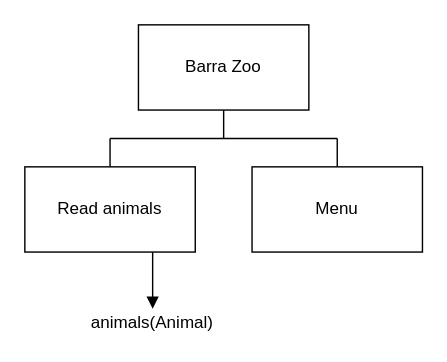
MrFriendCS/MrFriendCS.github.io keeps this draw.io diagram as page "sd" (7 of 14) of ah-cs/sdd/AH-SDD-Animals/assets/diagrams/AH-SDD-Animals.drawio. Above is the earlier version. Source tidied: cells renumbered, new cells numbered last; positions are measured from the earlier drawing's top-left corner, leaving out a move shared by most shapes. Both pictures are drawn from the tidied source at 142%, with x=0, y=0 at pixel (24, 24).
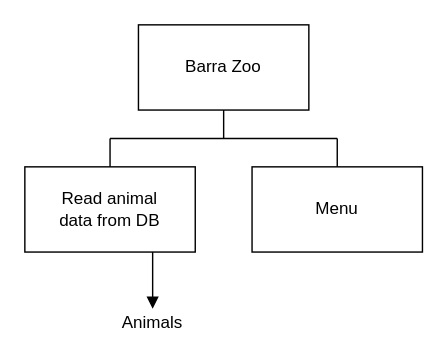
After the change.

Diff of the diagram source:
```diff
@@
 <mxGraphModel>
   <root>
     <mxCell id="0" />
     <mxCell id="1" parent="0" />
     <mxCell id="2" style="edgeStyle=orthogonalEdgeStyle;rounded=0;jettySize=auto;html=1;exitX=0.5;exitY=1;exitDx=0;exitDy=0;endArrow=none;endFill=0;" parent="1" edge="1" source="3">
       <mxGeometry relative="1" as="geometry">
         <mxPoint x="140" y="80" as="targetPoint" />
       </mxGeometry>
     </mxCell>
     <mxCell id="3" value="Barra Zoo" style="rounded=0;whiteSpace=wrap;html=1;fillColor=none;" parent="1" vertex="1">
       <mxGeometry x="80" width="120" height="60" as="geometry" />
     </mxCell>
     <mxCell id="4" style="edgeStyle=orthogonalEdgeStyle;shape=connector;rounded=0;jettySize=auto;html=1;exitX=0.5;exitY=0;exitDx=0;exitDy=0;strokeColor=default;align=center;verticalAlign=middle;fontFamily=Helvetica;fontSize=11;fontColor=default;labelBackgroundColor=default;endArrow=none;endFill=0;" parent="1" edge="1" source="6">
       <mxGeometry relative="1" as="geometry">
         <mxPoint x="60" y="80" as="targetPoint" />
       </mxGeometry>
     </mxCell>
     <mxCell id="5" style="edgeStyle=orthogonalEdgeStyle;rounded=0;jettySize=auto;html=1;exitX=0.75;exitY=1;exitDx=0;exitDy=0;startArrow=none;startFill=0;endArrow=block;endFill=1;" parent="1" edge="1" source="6">
       <mxGeometry relative="1" as="geometry">
         <mxPoint x="90" y="200" as="targetPoint" />
       </mxGeometry>
     </mxCell>
-    <mxCell id="6" value="Read animals" style="rounded=0;whiteSpace=wrap;html=1;fillColor=none;" parent="1" vertex="1">
+    <mxCell id="6" value="Read animal&lt;div&gt;data from DB&lt;/div&gt;" style="rounded=0;whiteSpace=wrap;html=1;fillColor=none;" parent="1" vertex="1">
       <mxGeometry y="100" width="120" height="60" as="geometry" />
     </mxCell>
     <mxCell id="7" style="edgeStyle=orthogonalEdgeStyle;shape=connector;rounded=0;jettySize=auto;html=1;exitX=0.5;exitY=0;exitDx=0;exitDy=0;strokeColor=default;align=center;verticalAlign=middle;fontFamily=Helvetica;fontSize=11;fontColor=default;labelBackgroundColor=default;endArrow=none;endFill=0;" parent="1" edge="1" source="8">
       <mxGeometry relative="1" as="geometry">
         <mxPoint x="220" y="80" as="targetPoint" />
       </mxGeometry>
     </mxCell>
     <mxCell id="8" value="Menu" style="rounded=0;whiteSpace=wrap;html=1;fillColor=none;" parent="1" vertex="1">
       <mxGeometry x="160" y="100" width="120" height="60" as="geometry" />
     </mxCell>
     <mxCell id="9" style="endArrow=none;html=1;rounded=0;" parent="1" edge="1">
       <mxGeometry relative="1" as="geometry">
         <mxPoint x="60" y="80" as="sourcePoint" />
         <mxPoint x="220" y="80" as="targetPoint" />
       </mxGeometry>
     </mxCell>
-    <mxCell id="10" value="animals(Animal)" style="text;html=1;whiteSpace=wrap;strokeColor=none;fillColor=none;align=center;verticalAlign=middle;rounded=0;" parent="1" vertex="1">
-      <mxGeometry x="40" y="200" width="100" height="20" as="geometry" />
+    <mxCell id="10" value="Animals" style="text;html=1;whiteSpace=wrap;strokeColor=none;fillColor=none;align=center;verticalAlign=middle;rounded=0;" parent="1" vertex="1">
+      <mxGeometry x="60" y="200" width="60" height="20" as="geometry" />
     </mxCell>
   </root>
 </mxGraphModel>
```
